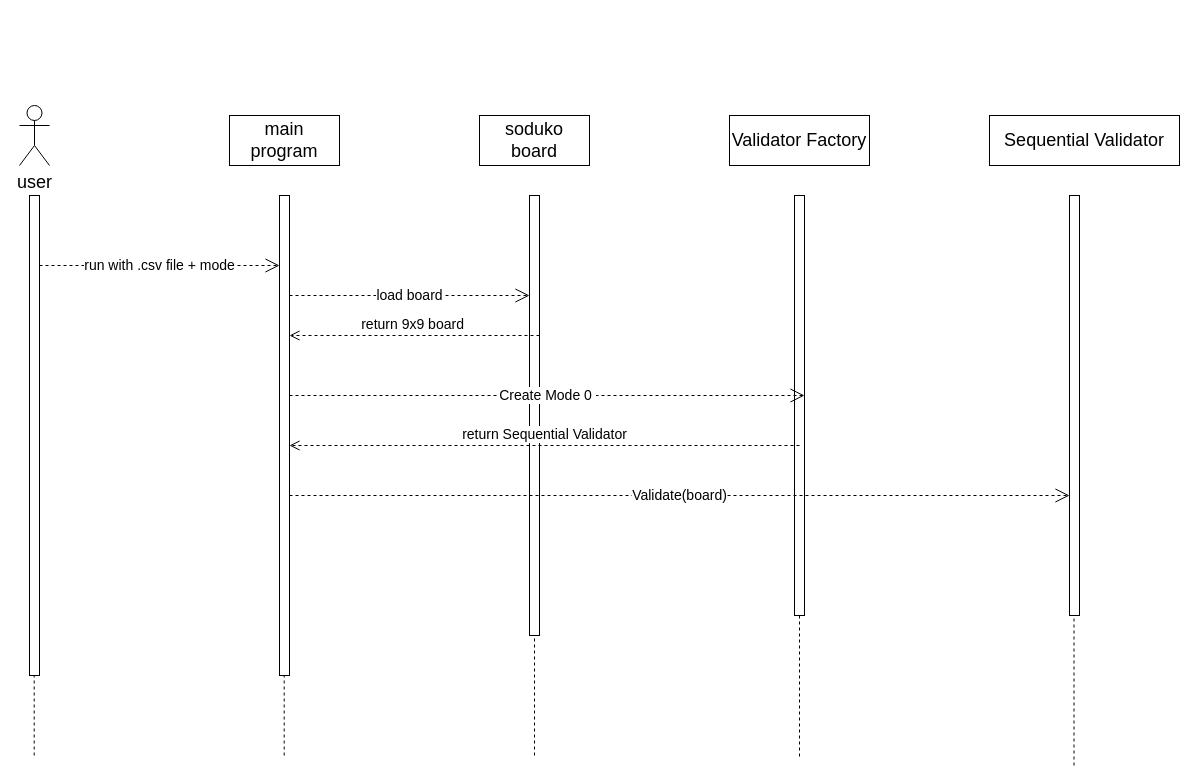
This is sequence.drawio from 23010477/Lab9_Sodoku_solution_verifier, a draw.io file, before an edit. Source tidied: cells renumbered, new cells numbered last; positions are measured from the earlier drawing's top-left corner, leaving out a move shared by most shapes. Both pictures are drawn from the tidied source at 100%, with x=0, y=0 at pixel (19, 105).
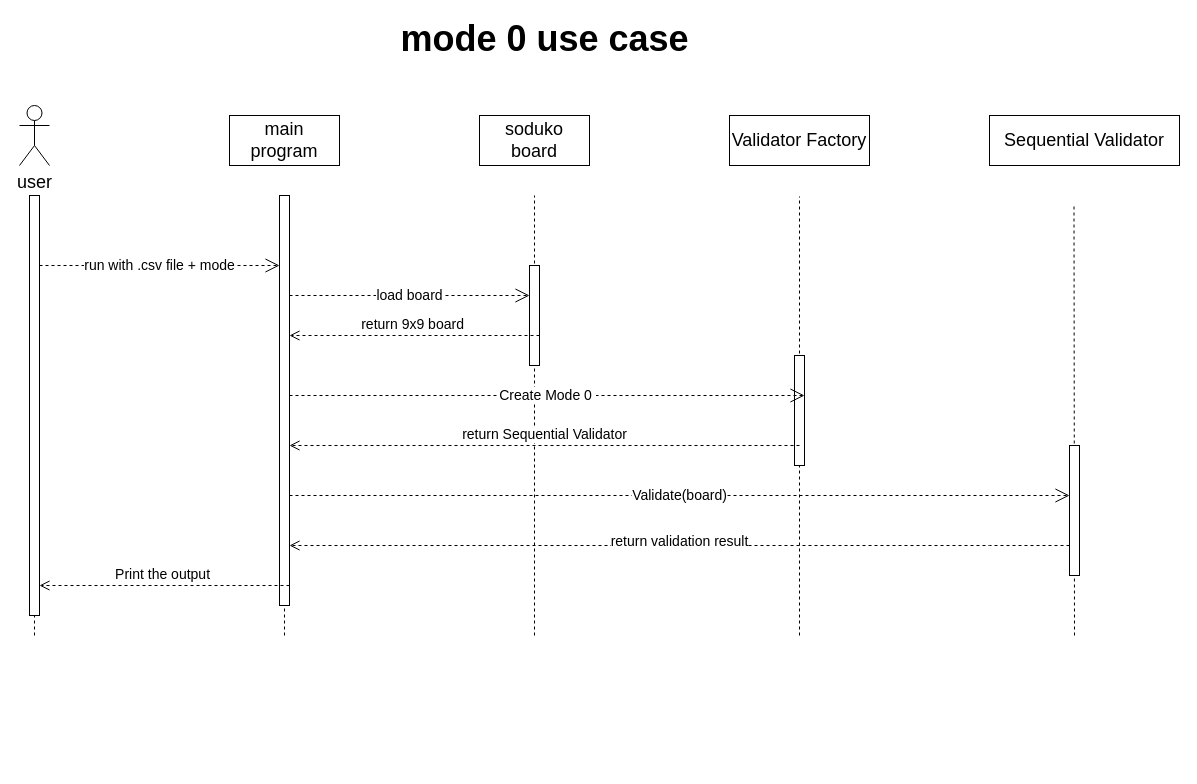
The same diagram, later.

Diff of the diagram source:
```diff
@@
     <mxCell id="2" style="endArrow=none;dashed=1;html=1;rounded=0;" parent="1" edge="1">
       <mxGeometry relative="1" as="geometry">
-        <mxPoint x="1054.5" y="660" as="sourcePoint" />
+        <mxPoint x="1055" y="530" as="sourcePoint" />
         <mxPoint x="1054.5" y="100" as="targetPoint" />
       </mxGeometry>
     </mxCell>
     <mxCell id="3" style="endArrow=none;dashed=1;html=1;rounded=0;" parent="1" edge="1">
       <mxGeometry relative="1" as="geometry">
-        <mxPoint x="780" y="651" as="sourcePoint" />
+        <mxPoint x="780" y="530" as="sourcePoint" />
         <mxPoint x="780" y="91" as="targetPoint" />
       </mxGeometry>
     </mxCell>
     <mxCell id="4" style="endArrow=none;dashed=1;html=1;rounded=0;" parent="1" edge="1">
       <mxGeometry relative="1" as="geometry">
-        <mxPoint x="515" y="650" as="sourcePoint" />
+        <mxPoint x="515" y="530" as="sourcePoint" />
         <mxPoint x="515" y="90" as="targetPoint" />
       </mxGeometry>
     </mxCell>
     <mxCell id="5" style="endArrow=none;dashed=1;html=1;rounded=0;" parent="1" edge="1">
       <mxGeometry relative="1" as="geometry">
-        <mxPoint x="264.7" y="650" as="sourcePoint" />
+        <mxPoint x="265" y="530" as="sourcePoint" />
         <mxPoint x="264.7" y="90" as="targetPoint" />
       </mxGeometry>
     </mxCell>
     <mxCell id="6" style="endArrow=none;dashed=1;html=1;rounded=0;" parent="1" edge="1">
       <mxGeometry relative="1" as="geometry">
-        <mxPoint x="14.7" y="650" as="sourcePoint" />
+        <mxPoint x="15" y="530" as="sourcePoint" />
         <mxPoint x="14.7" y="90" as="targetPoint" />
       </mxGeometry>
     </mxCell>
@@
     <mxCell id="8" style="html=1;perimeter=orthogonalPerimeter;targetShapes=umlLifeline;newEdgeStyle={&quot;curved&quot;:0,&quot;rounded&quot;:0};fillColor=light-dark(#FFFFFF,#007FFF);" parent="1" vertex="1">
-      <mxGeometry x="10" y="90" width="10" height="480" as="geometry" />
+      <mxGeometry x="10" y="90" width="10" height="420" as="geometry" />
     </mxCell>
@@
     <mxCell id="13" style="html=1;points=[[0,0,0,0,5],[0,1,0,0,-5],[1,0,0,0,5],[1,1,0,0,-5]];perimeter=orthogonalPerimeter;outlineConnect=0;targetShapes=umlLifeline;portConstraint=eastwest;newEdgeStyle={&quot;curved&quot;:0,&quot;rounded&quot;:0};fillColor=light-dark(#FFFFFF,#007FFF);" parent="1" vertex="1">
-      <mxGeometry x="260" y="90" width="10" height="480" as="geometry" />
+      <mxGeometry x="260" y="90" width="10" height="410" as="geometry" />
     </mxCell>
     <mxCell id="14" style="html=1;perimeter=orthogonalPerimeter;targetShapes=umlLifeline;newEdgeStyle={&quot;curved&quot;:0,&quot;rounded&quot;:0};fillColor=light-dark(#FFFFFF,#007FFF);" parent="1" vertex="1">
-      <mxGeometry x="510" y="90" width="10" height="440" as="geometry" />
+      <mxGeometry x="510" y="160" width="10" height="100" as="geometry" />
     </mxCell>
     <mxCell id="15" style="html=1;perimeter=orthogonalPerimeter;targetShapes=umlLifeline;newEdgeStyle={&quot;curved&quot;:0,&quot;rounded&quot;:0};fillColor=light-dark(#FFFFFF,#007FFF);" parent="1" vertex="1">
-      <mxGeometry x="775" y="90" width="10" height="420" as="geometry" />
+      <mxGeometry x="775" y="250" width="10" height="110" as="geometry" />
     </mxCell>
@@
     <mxCell id="21" style="html=1;points=[[0,0,0,0,5],[0,1,0,0,-5],[1,0,0,0,5],[1,1,0,0,-5]];perimeter=orthogonalPerimeter;outlineConnect=0;targetShapes=umlLifeline;portConstraint=eastwest;newEdgeStyle={&quot;curved&quot;:0,&quot;rounded&quot;:0};fillColor=light-dark(#FFFFFF,#007FFF);" parent="1" vertex="1">
-      <mxGeometry x="1050" y="90" width="10" height="420" as="geometry" />
+      <mxGeometry x="1050" y="340" width="10" height="130" as="geometry" />
     </mxCell>
@@
+    <mxCell id="23" value="&lt;div&gt;&lt;span style=&quot;font-size: 14px;&quot;&gt;return validation result&lt;/span&gt;&lt;/div&gt;&lt;div&gt;&lt;br&gt;&lt;/div&gt;" style="html=1;verticalAlign=bottom;endArrow=open;dashed=1;endSize=8;curved=0;rounded=0;" parent="1" edge="1" target="13">
+      <mxGeometry y="20" relative="1" as="geometry">
+        <mxPoint x="1050" y="440" as="sourcePoint" />
+        <Array as="points">
+          <mxPoint x="1010" y="440" />
+          <mxPoint x="970" y="440" />
+        </Array>
+      </mxGeometry>
+    </mxCell>
+    <mxCell id="24" value="&lt;span style=&quot;font-size: 14px;&quot;&gt;Print the output&amp;nbsp;&lt;/span&gt;" style="html=1;verticalAlign=bottom;endArrow=open;dashed=1;endSize=8;curved=0;rounded=0;" parent="1" edge="1">
+      <mxGeometry relative="1" as="geometry">
+        <mxPoint x="270" y="480" as="sourcePoint" />
+        <mxPoint x="20" y="480" as="targetPoint" />
+        <Array as="points">
+          <mxPoint x="230" y="480" />
+        </Array>
+      </mxGeometry>
+    </mxCell>
+    <mxCell id="25" value="&lt;span style=&quot;font-size: 36px;&quot;&gt;mode 0 use case&lt;/span&gt;" style="text;align=center;fontStyle=1;verticalAlign=middle;spacingLeft=3;spacingRight=3;strokeColor=none;html=1;" parent="1" vertex="1">
+      <mxGeometry x="180" y="-80" width="690" height="26" as="geometry" />
+    </mxCell>
```
